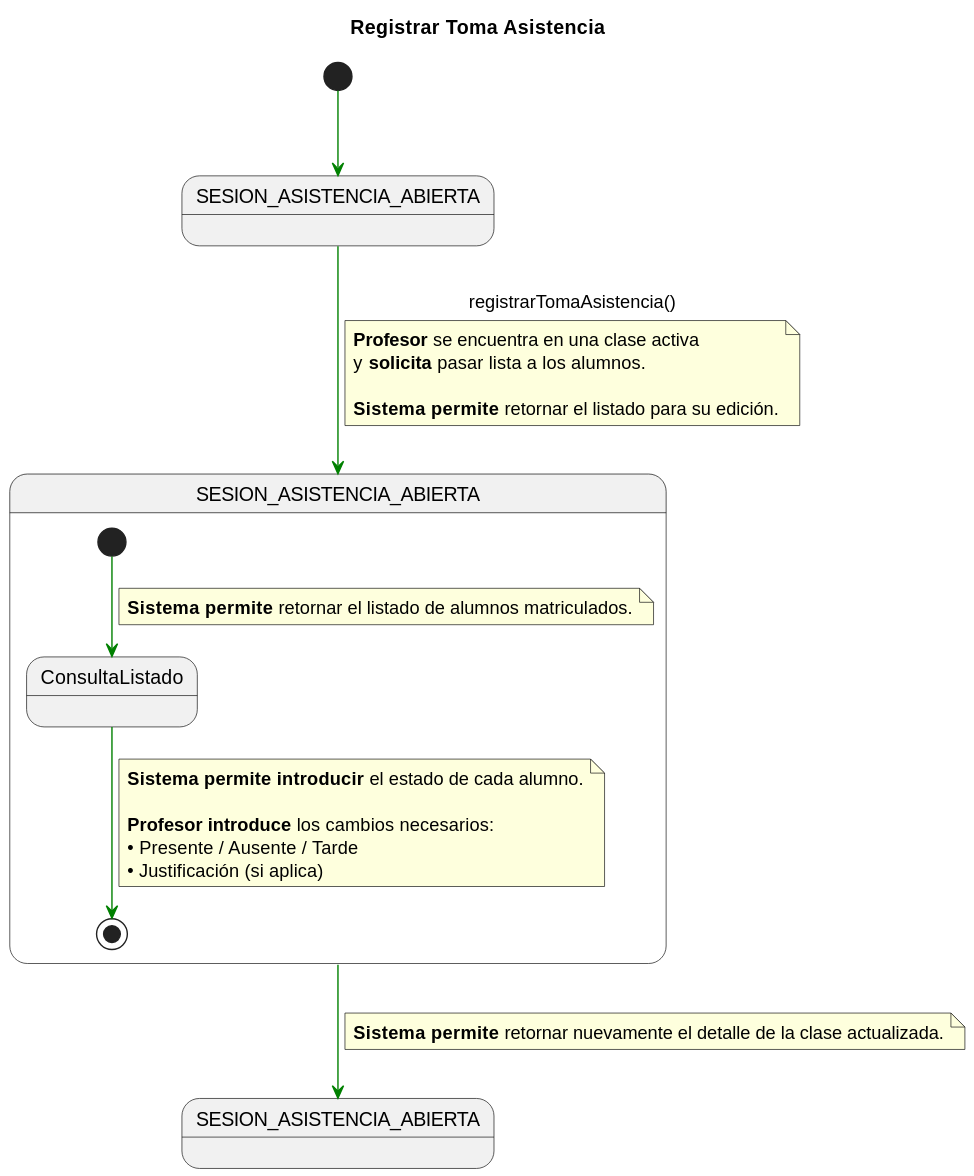
Before: documents/requisitado/02-detalle/Profesor/registrarTomaAsistencia.svg, a diagram exported from PlantUML (jerdier/25-26-idsw2-sdVC).
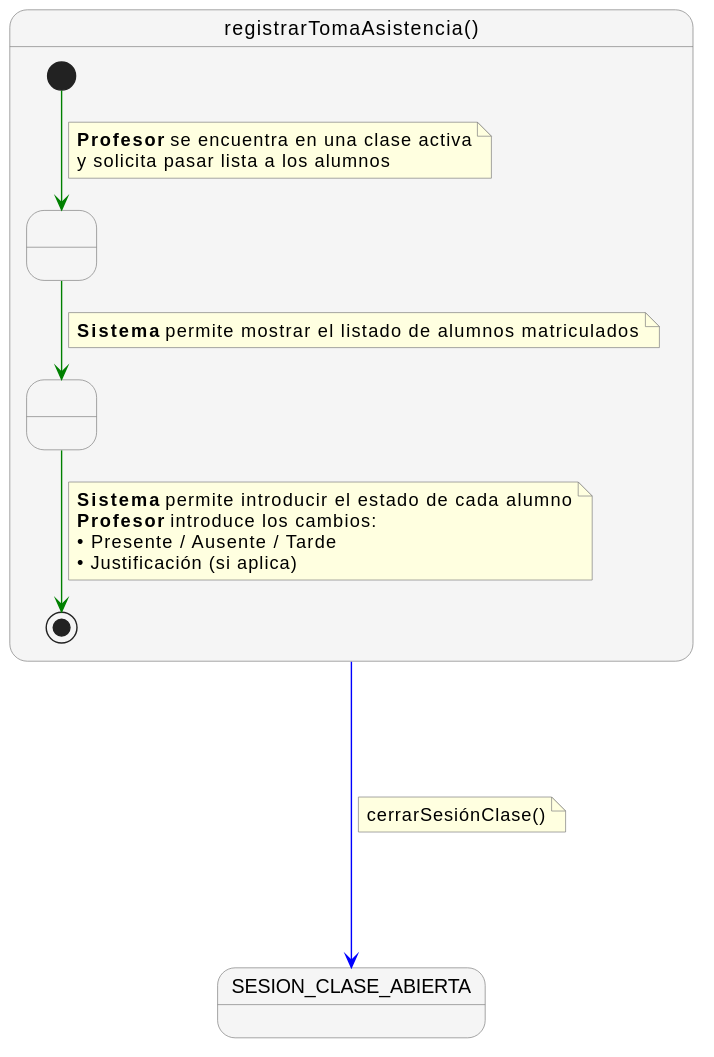
After the change.

Change to the diagram source:
```diff
@@ -1,42 +1,40 @@
 @startuml
-title Registrar Toma Asistencia
+skinparam nodesep 60
+skinparam ranksep 60
 skinparam linetype polyline
+skinparam NoteBackgroundColor lightyellow
+skinparam NoteBorderColor gray
+skinparam StateBackgroundColor #F5F5F5
+skinparam StateBorderColor gray
 
-state SESION_ACTUAL_INICIAL as "SESION_ASISTENCIA_ABIERTA"
-state PROCESO_TOMA_COMP     as "SESION_ASISTENCIA_ABIERTA"
-state SESION_ACTUAL_FINAL   as "SESION_ASISTENCIA_ABIERTA"
+state "registrarTomaAsistencia()" as registrarTomaAsistencia {
+    state " " as Paso1
+    state " " as Paso2
 
-[*] -[#green]-> SESION_ACTUAL_INICIAL
-
-SESION_ACTUAL_INICIAL -[#green]-> PROCESO_TOMA_COMP : registrarTomaAsistencia()
-note on link
-<b>Profesor</b> se encuentra en una clase activa
-y <b>solicita</b> pasar lista a los alumnos.
-
-<b>Sistema permite</b> retornar el listado para su edición.
-end note
-
-state PROCESO_TOMA_COMP {
-
-    state ConsultaListado
-
-    [*] -[#green]-> ConsultaListado
+    [*] -[#green]-> Paso1
     note on link
-    <b>Sistema permite</b> retornar el listado de alumnos matriculados.
+      <b>Profesor</b> se encuentra en una clase activa
+      y solicita pasar lista a los alumnos
     end note
 
-    ConsultaListado -[#green]-> [*]
+    Paso1 -[#green]-> Paso2
     note on link
-    <b>Sistema permite introducir</b> el estado de cada alumno.
+      <b>Sistema</b> permite mostrar el listado de alumnos matriculados
+    end note
 
-    <b>Profesor introduce</b> los cambios necesarios:
-    • Presente / Ausente / Tarde
-    • Justificación (si aplica)
+    Paso2 -[#green]-> [*]
+    note on link
+      <b>Sistema</b> permite introducir el estado de cada alumno
+      <b>Profesor</b> introduce los cambios:
+      • Presente / Ausente / Tarde
+      • Justificación (si aplica)
     end note
 }
 
-PROCESO_TOMA_COMP -[#green]-> SESION_ACTUAL_FINAL
-note on link
-<b>Sistema permite</b> retornar nuevamente el detalle de la clase actualizada.
+state "SESION_CLASE_ABIERTA" as SESION_CLASE_ABIERTA
+
+registrarTomaAsistencia -[#blue]---> SESION_CLASE_ABIERTA
+note right on link
+  cerrarSesiónClase()
 end note
 @enduml
```
